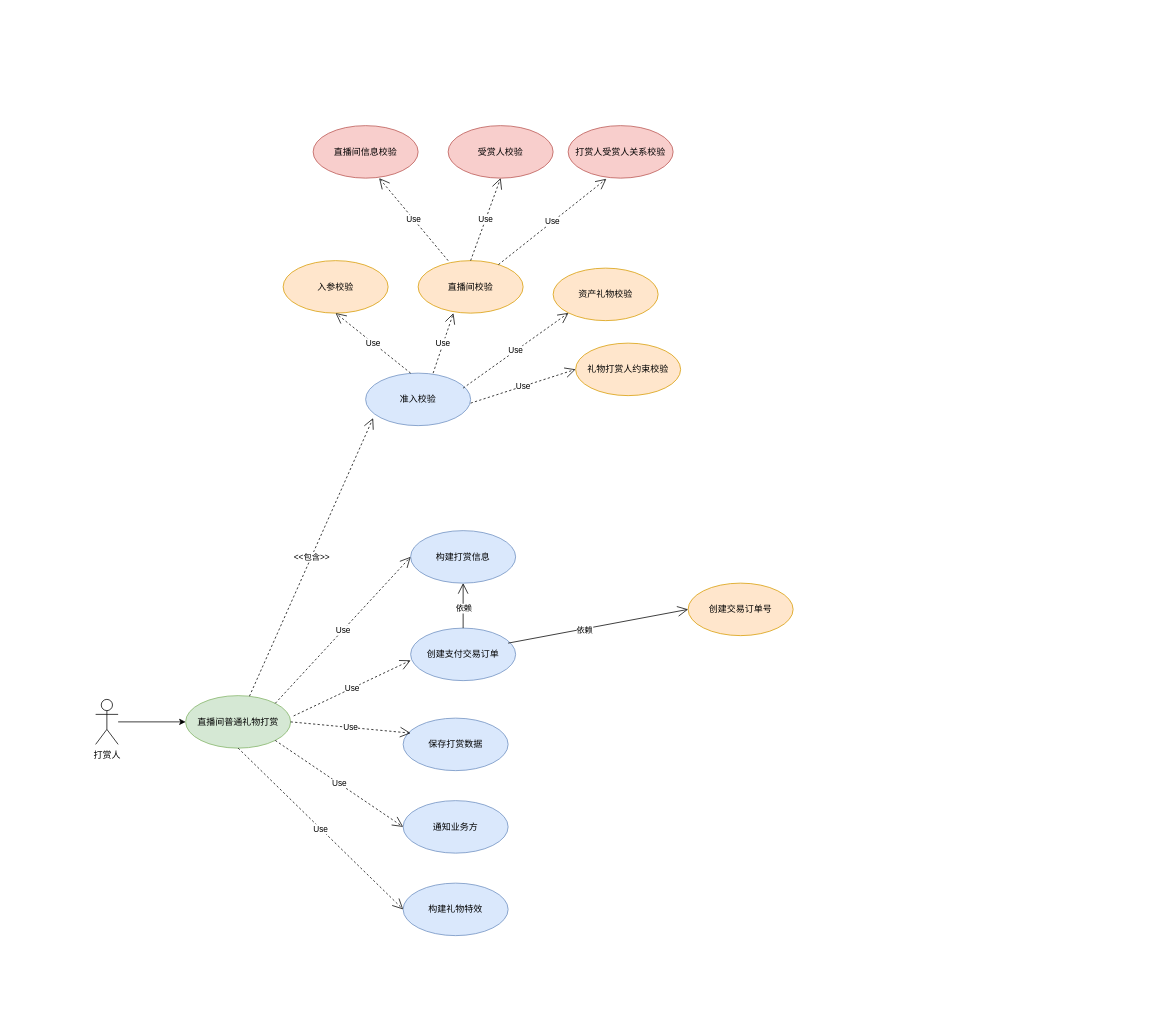
Before: reward_usecases.drawio in seuzxc/book, a draw.io diagram. Source tidied: cells renumbered, new cells numbered last; positions are measured from the earlier drawing's top-left corner, leaving out a move shared by most shapes. Both pictures are drawn from the tidied source at 75%, with x=0, y=0 at pixel (95, 125).
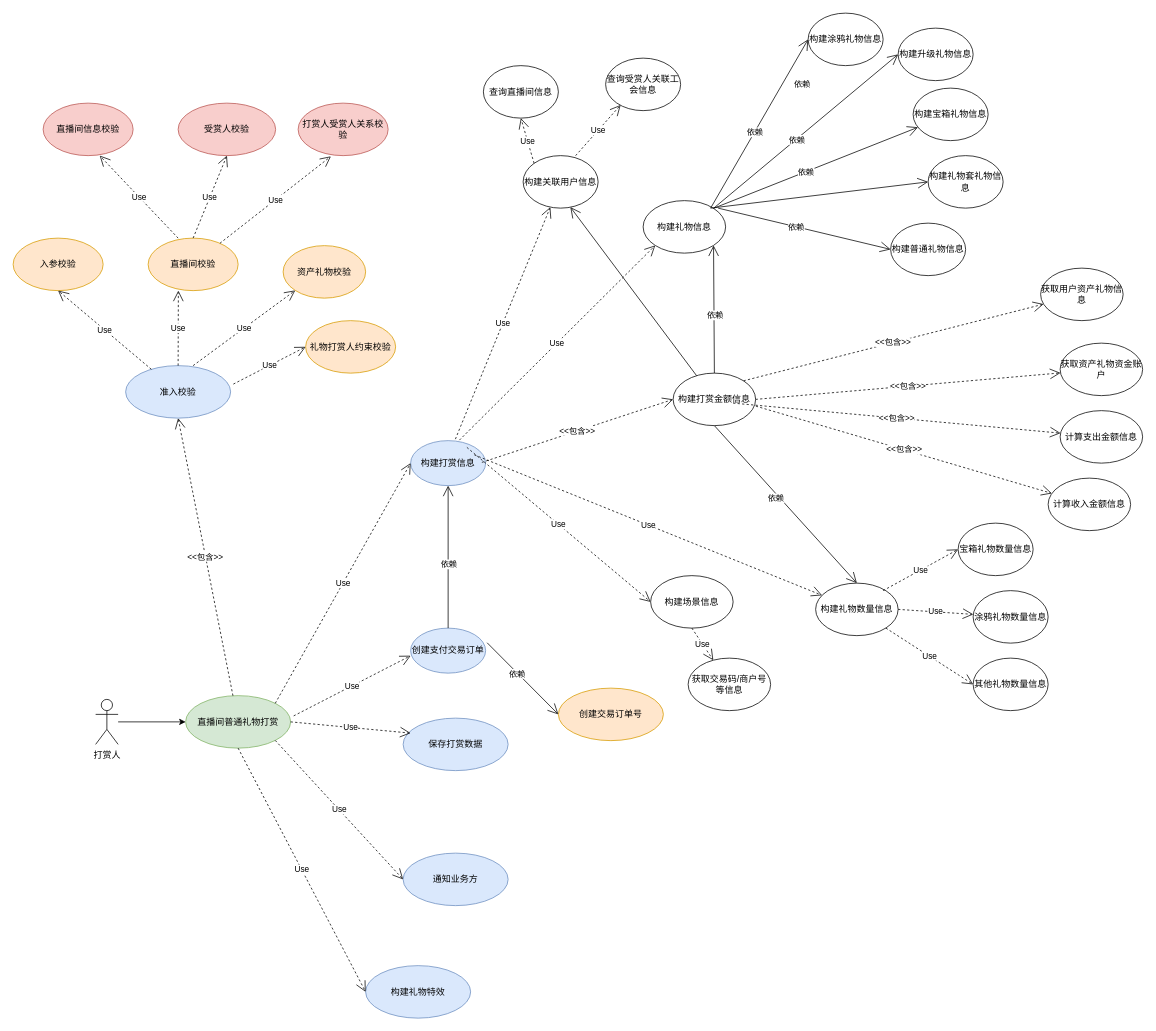
After the change.

Unchanged cells that the change refers to:
```xml
<mxCell id="4" value="直播间普通礼物打赏" style="ellipse;whiteSpace=wrap;html=1;fillColor=#d5e8d4;strokeColor=#82b366;" parent="1" vertex="1">
  <mxGeometry x="120" y="760" width="140" height="70" as="geometry" />
</mxCell>
```

Change to the diagram source:
```diff
@@
     <mxCell id="5" value="准入校验" style="ellipse;whiteSpace=wrap;html=1;fillColor=#dae8fc;strokeColor=#6c8ebf;" parent="1" vertex="1">
-      <mxGeometry x="360" y="330" width="140" height="70" as="geometry" />
+      <mxGeometry x="40" y="320" width="140" height="70" as="geometry" />
     </mxCell>
-    <mxCell id="6" value="&amp;lt;&amp;lt;包含&amp;gt;&amp;gt;" style="endArrow=open;endSize=12;dashed=1;html=1;rounded=0;entryX=0.071;entryY=0.857;entryDx=0;entryDy=0;entryPerimeter=0;" parent="1" edge="1" source="4" target="5">
+    <mxCell id="6" value="&amp;lt;&amp;lt;包含&amp;gt;&amp;gt;" style="endArrow=open;endSize=12;dashed=1;html=1;rounded=0;entryX=0.5;entryY=1;entryDx=0;entryDy=0;" parent="1" edge="1" source="4" target="5">
       <mxGeometry relative="1" as="geometry" />
     </mxCell>
     <mxCell id="7" value="构建打赏信息" style="ellipse;whiteSpace=wrap;html=1;fillColor=#dae8fc;strokeColor=#6c8ebf;" parent="1" vertex="1">
-      <mxGeometry x="420" y="540" width="140" height="70" as="geometry" />
+      <mxGeometry x="420" y="420" width="100" height="60" as="geometry" />
     </mxCell>
     <mxCell id="8" value="创建支付交易订单" style="ellipse;whiteSpace=wrap;html=1;fillColor=#dae8fc;strokeColor=#6c8ebf;" parent="1" vertex="1">
-      <mxGeometry x="420" y="670" width="140" height="70" as="geometry" />
+      <mxGeometry x="420" y="670" width="100" height="60" as="geometry" />
     </mxCell>
@@
     <mxCell id="10" value="构建礼物特效" style="ellipse;whiteSpace=wrap;html=1;fillColor=#dae8fc;strokeColor=#6c8ebf;" parent="1" vertex="1">
-      <mxGeometry x="410" y="1010" width="140" height="70" as="geometry" />
+      <mxGeometry x="360" y="1120" width="140" height="70" as="geometry" />
     </mxCell>
     <mxCell id="11" value="通知业务方" style="ellipse;whiteSpace=wrap;html=1;fillColor=#dae8fc;strokeColor=#6c8ebf;" parent="1" vertex="1">
-      <mxGeometry x="410" y="900" width="140" height="70" as="geometry" />
+      <mxGeometry x="410" y="970" width="140" height="70" as="geometry" />
     </mxCell>
@@
-    <mxCell id="15" style="endArrow=open;endFill=1;endSize=12;html=1;rounded=0;" parent="1" edge="1" target="7">
-      <mxGeometry relative="1" as="geometry">
-        <mxPoint x="490" y="670" as="sourcePoint" />
-      </mxGeometry>
+    <mxCell id="15" style="endArrow=open;endFill=1;endSize=12;html=1;rounded=0;exitX=0.5;exitY=0;exitDx=0;exitDy=0;" parent="1" edge="1" source="8" target="7">
+      <mxGeometry relative="1" as="geometry" />
     </mxCell>
@@
     <mxCell id="19" value="创建交易订单号" style="ellipse;whiteSpace=wrap;html=1;fillColor=#ffe6cc;strokeColor=#d79b00;" parent="1" vertex="1">
-      <mxGeometry x="790" y="610" width="140" height="70" as="geometry" />
+      <mxGeometry x="617" y="750" width="140" height="70" as="geometry" />
     </mxCell>
-    <mxCell id="20" style="endArrow=open;endFill=1;endSize=12;html=1;rounded=0;entryX=0;entryY=0.5;entryDx=0;entryDy=0;" parent="1" edge="1" target="19">
-      <mxGeometry relative="1" as="geometry">
-        <mxPoint x="550" y="690" as="sourcePoint" />
-      </mxGeometry>
+    <mxCell id="20" style="endArrow=open;endFill=1;endSize=12;html=1;rounded=0;entryX=0;entryY=0.5;entryDx=0;entryDy=0;exitX=1.02;exitY=0.325;exitDx=0;exitDy=0;exitPerimeter=0;" parent="1" edge="1" source="8" target="19">
+      <mxGeometry relative="1" as="geometry" />
     </mxCell>
@@
     <mxCell id="22" value="入参校验" style="ellipse;whiteSpace=wrap;html=1;fillColor=#ffe6cc;strokeColor=#d79b00;" parent="1" vertex="1">
-      <mxGeometry x="250" y="180" width="140" height="70" as="geometry" />
+      <mxGeometry x="-110" y="150" width="120" height="70" as="geometry" />
     </mxCell>
-    <mxCell id="23" value="Use" style="endArrow=open;endSize=12;dashed=1;html=1;rounded=0;entryX=0.5;entryY=1;entryDx=0;entryDy=0;" parent="1" edge="1" target="22">
-      <mxGeometry relative="1" as="geometry">
-        <mxPoint x="420" y="330" as="sourcePoint" />
-      </mxGeometry>
+    <mxCell id="23" value="Use" style="endArrow=open;endSize=12;dashed=1;html=1;rounded=0;entryX=0.5;entryY=1;entryDx=0;entryDy=0;" parent="1" edge="1" source="5" target="22">
+      <mxGeometry relative="1" as="geometry" />
     </mxCell>
     <mxCell id="24" value="直播间校验" style="ellipse;whiteSpace=wrap;html=1;fillColor=#ffe6cc;strokeColor=#d79b00;" parent="1" vertex="1">
-      <mxGeometry x="430" y="180" width="140" height="70" as="geometry" />
+      <mxGeometry x="70" y="150" width="120" height="70" as="geometry" />
     </mxCell>
-    <mxCell id="25" value="Use" style="endArrow=open;endSize=12;dashed=1;html=1;rounded=0;entryX=0.336;entryY=1;entryDx=0;entryDy=0;entryPerimeter=0;" parent="1" edge="1" target="24">
-      <mxGeometry relative="1" as="geometry">
-        <mxPoint x="450" y="330" as="sourcePoint" />
-      </mxGeometry>
+    <mxCell id="25" value="Use" style="endArrow=open;endSize=12;dashed=1;html=1;rounded=0;entryX=0.336;entryY=1;entryDx=0;entryDy=0;entryPerimeter=0;exitX=0.5;exitY=0;exitDx=0;exitDy=0;" parent="1" edge="1" source="5" target="24">
+      <mxGeometry relative="1" as="geometry" />
     </mxCell>
     <mxCell id="26" value="直播间信息校验" style="ellipse;whiteSpace=wrap;html=1;fillColor=#f8cecc;strokeColor=#b85450;" parent="1" vertex="1">
-      <mxGeometry x="290" width="140" height="70" as="geometry" />
+      <mxGeometry x="-70" y="-30" width="120" height="70" as="geometry" />
     </mxCell>
     <mxCell id="27" value="受赏人校验" style="ellipse;whiteSpace=wrap;html=1;fillColor=#f8cecc;strokeColor=#b85450;" parent="1" vertex="1">
-      <mxGeometry x="470" width="140" height="70" as="geometry" />
+      <mxGeometry x="110" y="-30" width="130" height="70" as="geometry" />
     </mxCell>
     <mxCell id="28" value="打赏人受赏人关系校验" style="ellipse;whiteSpace=wrap;html=1;fillColor=#f8cecc;strokeColor=#b85450;" parent="1" vertex="1">
-      <mxGeometry x="630" width="140" height="70" as="geometry" />
+      <mxGeometry x="270" y="-30" width="120" height="70" as="geometry" />
     </mxCell>
     <mxCell id="29" value="资产礼物校验" style="ellipse;whiteSpace=wrap;html=1;fillColor=#ffe6cc;strokeColor=#d79b00;" parent="1" vertex="1">
-      <mxGeometry x="610" y="190" width="140" height="70" as="geometry" />
+      <mxGeometry x="250" y="160" width="110" height="70" as="geometry" />
     </mxCell>
     <mxCell id="30" value="礼物打赏人约束校验" style="ellipse;whiteSpace=wrap;html=1;fillColor=#ffe6cc;strokeColor=#d79b00;" parent="1" vertex="1">
-      <mxGeometry x="640" y="290" width="140" height="70" as="geometry" />
+      <mxGeometry x="280" y="260" width="120" height="70" as="geometry" />
     </mxCell>
     <mxCell id="31" value="Use" style="endArrow=open;endSize=12;dashed=1;html=1;rounded=0;entryX=0;entryY=1;entryDx=0;entryDy=0;" parent="1" edge="1" target="29">
       <mxGeometry relative="1" as="geometry">
-        <mxPoint x="490" y="350" as="sourcePoint" />
+        <mxPoint x="130" y="320" as="sourcePoint" />
       </mxGeometry>
     </mxCell>
-    <mxCell id="32" value="Use" style="endArrow=open;endSize=12;dashed=1;html=1;rounded=0;entryX=0;entryY=0.5;entryDx=0;entryDy=0;" parent="1" edge="1" target="30">
-      <mxGeometry relative="1" as="geometry">
-        <mxPoint x="500" y="370" as="sourcePoint" />
-      </mxGeometry>
+    <mxCell id="32" value="Use" style="endArrow=open;endSize=12;dashed=1;html=1;rounded=0;entryX=0;entryY=0.5;entryDx=0;entryDy=0;exitX=1.026;exitY=0.352;exitDx=0;exitDy=0;exitPerimeter=0;" parent="1" edge="1" source="5" target="30">
+      <mxGeometry relative="1" as="geometry" />
     </mxCell>
     <mxCell id="33" value="Use" style="endArrow=open;endSize=12;dashed=1;html=1;rounded=0;entryX=0.629;entryY=1;entryDx=0;entryDy=0;entryPerimeter=0;" parent="1" edge="1" target="26">
       <mxGeometry relative="1" as="geometry">
-        <mxPoint x="470" y="180" as="sourcePoint" />
+        <mxPoint x="110" y="150" as="sourcePoint" />
       </mxGeometry>
     </mxCell>
@@
+    <mxCell id="36" value="构建关联用户信息" style="ellipse;whiteSpace=wrap;html=1;" parent="1" vertex="1">
+      <mxGeometry x="570" y="40" width="100" height="70" as="geometry" />
+    </mxCell>
+    <mxCell id="37" value="查询直播间信息" style="ellipse;whiteSpace=wrap;html=1;" parent="1" vertex="1">
+      <mxGeometry x="517" y="-80" width="100" height="70" as="geometry" />
+    </mxCell>
+    <mxCell id="38" value="查询受赏人关联工会信息" style="ellipse;whiteSpace=wrap;html=1;" parent="1" vertex="1">
+      <mxGeometry x="680" y="-90" width="100" height="70" as="geometry" />
+    </mxCell>
+    <mxCell id="39" value="Use" style="endArrow=open;endSize=12;dashed=1;html=1;rounded=0;exitX=0.597;exitY=-0.033;exitDx=0;exitDy=0;exitPerimeter=0;" parent="1" edge="1" source="7" target="36">
+      <mxGeometry relative="1" as="geometry" />
+    </mxCell>
+    <mxCell id="40" value="Use" style="endArrow=open;endSize=12;dashed=1;html=1;rounded=0;entryX=0.5;entryY=1;entryDx=0;entryDy=0;exitX=0;exitY=0;exitDx=0;exitDy=0;" parent="1" edge="1" source="36" target="37">
+      <mxGeometry relative="1" as="geometry" />
+    </mxCell>
+    <mxCell id="41" value="Use" style="endArrow=open;endSize=12;dashed=1;html=1;rounded=0;entryX=0.2;entryY=0.893;entryDx=0;entryDy=0;entryPerimeter=0;" parent="1" edge="1" target="38">
+      <mxGeometry relative="1" as="geometry">
+        <mxPoint x="640" y="40" as="sourcePoint" />
+      </mxGeometry>
+    </mxCell>
+    <mxCell id="42" value="构建礼物信息" style="ellipse;whiteSpace=wrap;html=1;" parent="1" vertex="1">
+      <mxGeometry x="730" y="100" width="110" height="70" as="geometry" />
+    </mxCell>
+    <mxCell id="43" value="构建涂鸦礼物信息" style="ellipse;whiteSpace=wrap;html=1;" parent="1" vertex="1">
+      <mxGeometry x="950" y="-150" width="100" height="70" as="geometry" />
+    </mxCell>
+    <mxCell id="44" style="endArrow=open;endFill=1;endSize=12;html=1;rounded=0;entryX=0;entryY=0.5;entryDx=0;entryDy=0;" parent="1" edge="1" target="43">
+      <mxGeometry relative="1" as="geometry">
+        <mxPoint x="820" y="110" as="sourcePoint" />
+      </mxGeometry>
+    </mxCell>
+    <mxCell id="45" value="依赖" style="edgeLabel;html=1;align=center;verticalAlign=middle;" parent="44" vertex="1">
+      <mxGeometry x="-0.1" relative="1" as="geometry" />
+    </mxCell>
+    <mxCell id="46" value="构建升级礼物信息" style="ellipse;whiteSpace=wrap;html=1;" parent="1" vertex="1">
+      <mxGeometry x="1070" y="-130" width="100" height="70" as="geometry" />
+    </mxCell>
+    <mxCell id="47" value="构建宝箱&lt;span style=&quot;background-color: initial;&quot;&gt;礼物信息&lt;/span&gt;" style="ellipse;whiteSpace=wrap;html=1;" parent="1" vertex="1">
+      <mxGeometry x="1090" y="-50" width="100" height="70" as="geometry" />
+    </mxCell>
+    <mxCell id="48" value="构建礼物套&lt;span style=&quot;background-color: initial;&quot;&gt;礼物信息&lt;/span&gt;" style="ellipse;whiteSpace=wrap;html=1;" parent="1" vertex="1">
+      <mxGeometry x="1110" y="40" width="100" height="70" as="geometry" />
+    </mxCell>
+    <mxCell id="49" value="构建普通&lt;span style=&quot;background-color: initial;&quot;&gt;礼物信息&lt;/span&gt;" style="ellipse;whiteSpace=wrap;html=1;" parent="1" vertex="1">
+      <mxGeometry x="1060" y="130" width="100" height="70" as="geometry" />
+    </mxCell>
+    <mxCell id="50" style="endArrow=open;endFill=1;endSize=12;html=1;rounded=0;exitX=1;exitY=0;exitDx=0;exitDy=0;entryX=0;entryY=0.5;entryDx=0;entryDy=0;" parent="1" edge="1" source="42" target="46">
+      <mxGeometry relative="1" as="geometry" />
+    </mxCell>
+    <mxCell id="51" value="依赖" style="edgeLabel;html=1;align=center;verticalAlign=middle;" parent="50" vertex="1">
+      <mxGeometry x="-0.1" relative="1" as="geometry" />
+    </mxCell>
+    <mxCell id="52" style="endArrow=open;endFill=1;endSize=12;html=1;rounded=0;exitX=1;exitY=0;exitDx=0;exitDy=0;" parent="1" edge="1" source="42" target="47">
+      <mxGeometry relative="1" as="geometry" />
+    </mxCell>
+    <mxCell id="53" value="依赖" style="edgeLabel;html=1;align=center;verticalAlign=middle;" parent="52" vertex="1">
+      <mxGeometry x="-0.1" relative="1" as="geometry" />
+    </mxCell>
+    <mxCell id="54" style="endArrow=open;endFill=1;endSize=12;html=1;rounded=0;entryX=0;entryY=0.5;entryDx=0;entryDy=0;" parent="1" edge="1" target="48">
+      <mxGeometry relative="1" as="geometry">
+        <mxPoint x="820" y="110" as="sourcePoint" />
+      </mxGeometry>
+    </mxCell>
+    <mxCell id="55" value="依赖" style="edgeLabel;html=1;align=center;verticalAlign=middle;" parent="54" vertex="1">
+      <mxGeometry x="-0.1" relative="1" as="geometry">
+        <mxPoint x="-9" y="-150" as="offset" />
+      </mxGeometry>
+    </mxCell>
+    <mxCell id="56" style="endArrow=open;endFill=1;endSize=12;html=1;rounded=0;entryX=0;entryY=0.5;entryDx=0;entryDy=0;" parent="1" edge="1" target="49">
+      <mxGeometry relative="1" as="geometry">
+        <mxPoint x="830" y="110" as="sourcePoint" />
+      </mxGeometry>
+    </mxCell>
+    <mxCell id="57" value="依赖" style="edgeLabel;html=1;align=center;verticalAlign=middle;" parent="56" vertex="1">
+      <mxGeometry x="-0.1" relative="1" as="geometry" />
+    </mxCell>
+    <mxCell id="58" value="Use" style="endArrow=open;endSize=12;dashed=1;html=1;rounded=0;entryX=0;entryY=1;entryDx=0;entryDy=0;exitX=0.65;exitY=-0.011;exitDx=0;exitDy=0;exitPerimeter=0;" parent="1" edge="1" source="7" target="42">
+      <mxGeometry relative="1" as="geometry" />
+    </mxCell>
+    <mxCell id="59" value="构建场景信息" style="ellipse;whiteSpace=wrap;html=1;" parent="1" vertex="1">
+      <mxGeometry x="740" y="600" width="110" height="70" as="geometry" />
+    </mxCell>
+    <mxCell id="60" value="构建礼物数量信息" style="ellipse;whiteSpace=wrap;html=1;" parent="1" vertex="1">
+      <mxGeometry x="960" y="610" width="110" height="70" as="geometry" />
+    </mxCell>
+    <mxCell id="61" value="构建打赏金额信息" style="ellipse;whiteSpace=wrap;html=1;" parent="1" vertex="1">
+      <mxGeometry x="770" y="330" width="110" height="70" as="geometry" />
+    </mxCell>
+    <mxCell id="62" value="Use" style="endArrow=open;endSize=12;dashed=1;html=1;rounded=0;entryX=0;entryY=0.5;entryDx=0;entryDy=0;exitX=0.65;exitY=-0.011;exitDx=0;exitDy=0;exitPerimeter=0;" parent="1" edge="1" target="59">
+      <mxGeometry relative="1" as="geometry">
+        <mxPoint x="495" y="429" as="sourcePoint" />
+      </mxGeometry>
+    </mxCell>
+    <mxCell id="63" value="Use" style="endArrow=open;endSize=12;dashed=1;html=1;rounded=0;exitX=0.65;exitY=-0.011;exitDx=0;exitDy=0;exitPerimeter=0;" parent="1" edge="1" target="60">
+      <mxGeometry relative="1" as="geometry">
+        <mxPoint x="505" y="439" as="sourcePoint" />
+      </mxGeometry>
+    </mxCell>
+    <mxCell id="64" value="&amp;lt;&amp;lt;包含&amp;gt;&amp;gt;" style="endArrow=open;endSize=12;dashed=1;html=1;rounded=0;entryX=0;entryY=0.5;entryDx=0;entryDy=0;exitX=0.65;exitY=-0.011;exitDx=0;exitDy=0;exitPerimeter=0;" parent="1" edge="1" target="61">
+      <mxGeometry relative="1" as="geometry">
+        <mxPoint x="515" y="449" as="sourcePoint" />
+      </mxGeometry>
+    </mxCell>
+    <mxCell id="65" style="endArrow=open;endFill=1;endSize=12;html=1;rounded=0;entryX=1;entryY=1;entryDx=0;entryDy=0;exitX=0.5;exitY=0;exitDx=0;exitDy=0;" parent="1" edge="1" source="61" target="42">
+      <mxGeometry relative="1" as="geometry" />
+    </mxCell>
+    <mxCell id="66" value="依赖" style="edgeLabel;html=1;align=center;verticalAlign=middle;" parent="65" vertex="1">
+      <mxGeometry x="-0.09" y="-1" relative="1" as="geometry" />
+    </mxCell>
+    <mxCell id="67" value="获取用户资产礼物信息" style="ellipse;whiteSpace=wrap;html=1;" parent="1" vertex="1">
+      <mxGeometry x="1260" y="190" width="110" height="70" as="geometry" />
+    </mxCell>
+    <mxCell id="68" value="&amp;lt;&amp;lt;包含&amp;gt;&amp;gt;" style="endArrow=open;endSize=12;dashed=1;html=1;rounded=0;exitX=1;exitY=0;exitDx=0;exitDy=0;" parent="1" edge="1" source="61" target="67">
+      <mxGeometry relative="1" as="geometry" />
+    </mxCell>
+    <mxCell id="69" value="获取资产礼物资金账户" style="ellipse;whiteSpace=wrap;html=1;" parent="1" vertex="1">
+      <mxGeometry x="1286" y="290" width="110" height="70" as="geometry" />
+    </mxCell>
+    <mxCell id="70" value="&amp;lt;&amp;lt;包含&amp;gt;&amp;gt;" style="endArrow=open;endSize=12;dashed=1;html=1;rounded=0;exitX=1;exitY=0.5;exitDx=0;exitDy=0;" parent="1" edge="1" source="61" target="69">
+      <mxGeometry relative="1" as="geometry" />
+    </mxCell>
+    <mxCell id="71" style="endArrow=open;endFill=1;endSize=12;html=1;rounded=0;exitX=0.5;exitY=1;exitDx=0;exitDy=0;entryX=0.5;entryY=0;entryDx=0;entryDy=0;" parent="1" edge="1" source="61" target="60">
+      <mxGeometry relative="1" as="geometry" />
+    </mxCell>
+    <mxCell id="72" value="依赖" style="edgeLabel;html=1;align=center;verticalAlign=middle;" parent="71" vertex="1">
+      <mxGeometry x="-0.11" y="-4" relative="1" as="geometry" />
+    </mxCell>
+    <mxCell id="73" value="计算支出金额信息" style="ellipse;whiteSpace=wrap;html=1;" parent="1" vertex="1">
+      <mxGeometry x="1286" y="380" width="110" height="70" as="geometry" />
+    </mxCell>
+    <mxCell id="74" value="&amp;lt;&amp;lt;包含&amp;gt;&amp;gt;" style="endArrow=open;endSize=12;dashed=1;html=1;rounded=0;" parent="1" edge="1" target="73">
+      <mxGeometry relative="1" as="geometry">
+        <mxPoint x="850" y="370" as="sourcePoint" />
+      </mxGeometry>
+    </mxCell>
+    <mxCell id="75" value="计算收入金额信息" style="ellipse;whiteSpace=wrap;html=1;" parent="1" vertex="1">
+      <mxGeometry x="1270" y="470" width="110" height="70" as="geometry" />
+    </mxCell>
+    <mxCell id="76" value="&amp;lt;&amp;lt;包含&amp;gt;&amp;gt;" style="endArrow=open;endSize=12;dashed=1;html=1;rounded=0;exitX=1.003;exitY=0.629;exitDx=0;exitDy=0;exitPerimeter=0;" parent="1" edge="1" source="61" target="75">
+      <mxGeometry relative="1" as="geometry" />
+    </mxCell>
+    <mxCell id="77" style="endArrow=open;endFill=1;endSize=12;html=1;rounded=0;entryX=0.63;entryY=0.981;entryDx=0;entryDy=0;entryPerimeter=0;" parent="1" edge="1" source="61" target="36">
+      <mxGeometry relative="1" as="geometry" />
+    </mxCell>
+    <mxCell id="78" value="获取交易码/商户号等信息" style="ellipse;whiteSpace=wrap;html=1;" parent="1" vertex="1">
+      <mxGeometry x="790" y="710" width="110" height="70" as="geometry" />
+    </mxCell>
+    <mxCell id="79" value="Use" style="endArrow=open;endSize=12;dashed=1;html=1;rounded=0;exitX=0.5;exitY=1;exitDx=0;exitDy=0;" parent="1" edge="1" source="59" target="78">
+      <mxGeometry relative="1" as="geometry" />
+    </mxCell>
+    <mxCell id="80" value="宝箱&lt;span style=&quot;background-color: initial;&quot;&gt;礼物数量信息&lt;/span&gt;" style="ellipse;whiteSpace=wrap;html=1;" parent="1" vertex="1">
+      <mxGeometry x="1150" y="530" width="100" height="70" as="geometry" />
+    </mxCell>
+    <mxCell id="81" value="&lt;span style=&quot;background-color: initial;&quot;&gt;涂鸦礼物数量信息&lt;/span&gt;" style="ellipse;whiteSpace=wrap;html=1;" parent="1" vertex="1">
+      <mxGeometry x="1170" y="620" width="100" height="70" as="geometry" />
+    </mxCell>
+    <mxCell id="82" value="&lt;span style=&quot;background-color: initial;&quot;&gt;其他礼物数量信息&lt;/span&gt;" style="ellipse;whiteSpace=wrap;html=1;" parent="1" vertex="1">
+      <mxGeometry x="1170" y="710" width="100" height="70" as="geometry" />
+    </mxCell>
+    <mxCell id="83" value="Use" style="endArrow=open;endSize=12;dashed=1;html=1;rounded=0;entryX=0;entryY=0.5;entryDx=0;entryDy=0;" parent="1" edge="1" target="80">
+      <mxGeometry relative="1" as="geometry">
+        <mxPoint x="1050" y="620" as="sourcePoint" />
+      </mxGeometry>
+    </mxCell>
+    <mxCell id="84" value="Use" style="endArrow=open;endSize=12;dashed=1;html=1;rounded=0;exitX=1;exitY=0.5;exitDx=0;exitDy=0;" parent="1" edge="1" source="60" target="81">
+      <mxGeometry relative="1" as="geometry" />
+    </mxCell>
+    <mxCell id="85" value="Use" style="endArrow=open;endSize=12;dashed=1;html=1;rounded=0;entryX=0;entryY=0.5;entryDx=0;entryDy=0;" parent="1" edge="1" source="60" target="82">
+      <mxGeometry relative="1" as="geometry" />
+    </mxCell>
```
